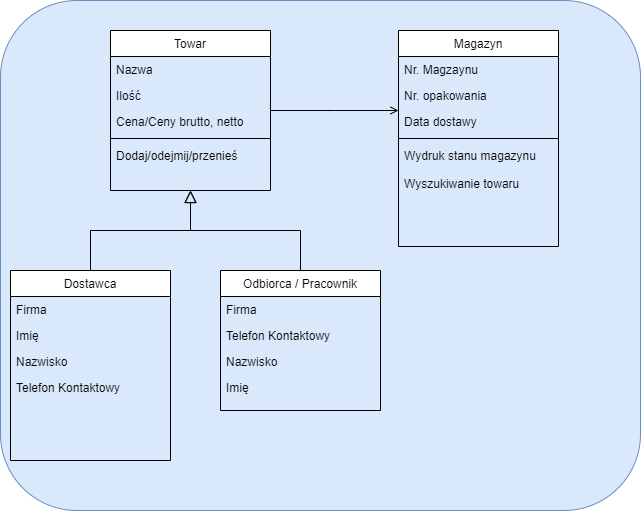
This is Doc/diag.png from Buczixo/MagazineManagmentProject, a draw.io export, as it was before one commit. Source tidied: cells renumbered, new cells last; positions are measured from the earlier drawing's top-left corner, leaving out a move shared by most shapes.
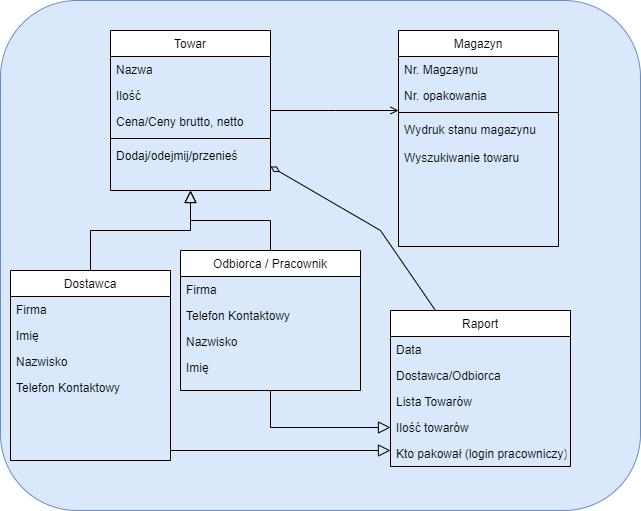
Above is the later version.

Change to the diagram source:
```diff
@@ -42,19 +42,19 @@
       <mxGeometry relative="1" as="geometry" />
     </mxCell>
     <mxCell id="15" value="Odbiorca / Pracownik" style="swimlane;fontStyle=0;align=center;verticalAlign=top;horizontal=1;startSize=26;rounded=0;shadow=0;strokeWidth=1;" parent="1" vertex="1">
-      <mxGeometry x="220" y="270" width="160" height="140" as="geometry" />
+      <mxGeometry x="180" y="250" width="180" height="140" as="geometry" />
     </mxCell>
     <mxCell id="16" value="Firma" style="text;align=left;verticalAlign=top;spacingLeft=4;spacingRight=4;overflow=hidden;" parent="15" vertex="1">
-      <mxGeometry y="26" width="160" height="26" as="geometry" />
+      <mxGeometry y="26" width="180" height="26" as="geometry" />
     </mxCell>
     <mxCell id="17" value="Telefon Kontaktowy" style="text;align=left;verticalAlign=top;spacingLeft=4;spacingRight=4;overflow=hidden;rounded=0;shadow=0;html=0;" parent="15" vertex="1">
-      <mxGeometry y="52" width="160" height="26" as="geometry" />
+      <mxGeometry y="52" width="180" height="26" as="geometry" />
     </mxCell>
     <mxCell id="18" value="Nazwisko" style="text;align=left;verticalAlign=top;spacingLeft=4;spacingRight=4;overflow=hidden;rounded=0;shadow=0;html=0;" parent="15" vertex="1">
-      <mxGeometry y="78" width="160" height="26" as="geometry" />
+      <mxGeometry y="78" width="180" height="26" as="geometry" />
     </mxCell>
     <mxCell id="19" value="Imię" style="text;align=left;verticalAlign=top;spacingLeft=4;spacingRight=4;overflow=hidden;rounded=0;shadow=0;html=0;" parent="15" vertex="1">
-      <mxGeometry y="104" width="160" height="26" as="geometry" />
+      <mxGeometry y="104" width="180" height="26" as="geometry" />
     </mxCell>
     <mxCell id="20" style="endArrow=block;endSize=10;endFill=0;shadow=0;strokeWidth=1;rounded=0;edgeStyle=elbowEdgeStyle;elbow=vertical;" parent="1" edge="1" source="15" target="3">
       <mxGeometry relative="1" as="geometry" />
@@ -68,22 +68,60 @@
     <mxCell id="23" value="Nr. opakowania" style="text;align=left;verticalAlign=top;spacingLeft=4;spacingRight=4;overflow=hidden;rounded=0;shadow=0;html=0;" parent="21" vertex="1">
       <mxGeometry y="52" width="160" height="26" as="geometry" />
     </mxCell>
-    <mxCell id="24" value="Data dostawy" style="text;align=left;verticalAlign=top;spacingLeft=4;spacingRight=4;overflow=hidden;rounded=0;shadow=0;html=0;" parent="21" vertex="1">
-      <mxGeometry y="78" width="160" height="26" as="geometry" />
-    </mxCell>
     <mxCell id="25" style="line;html=1;strokeWidth=1;align=left;verticalAlign=middle;spacingTop=-1;spacingLeft=3;spacingRight=3;labelPosition=right;" parent="21" vertex="1">
-      <mxGeometry y="104" width="160" height="8" as="geometry" />
+      <mxGeometry y="78" width="160" height="8" as="geometry" />
     </mxCell>
     <mxCell id="26" value="Wydruk stanu magazynu" style="text;align=left;verticalAlign=top;spacingLeft=4;spacingRight=4;overflow=hidden;" parent="21" vertex="1">
-      <mxGeometry y="112" width="160" height="28" as="geometry" />
+      <mxGeometry y="86" width="160" height="28" as="geometry" />
     </mxCell>
     <mxCell id="27" value="Wyszukiwanie towaru" style="text;align=left;verticalAlign=top;spacingLeft=4;spacingRight=4;overflow=hidden;" parent="21" vertex="1">
-      <mxGeometry y="140" width="160" height="26" as="geometry" />
+      <mxGeometry y="114" width="160" height="26" as="geometry" />
     </mxCell>
     <mxCell id="28" style="endArrow=open;shadow=0;strokeWidth=1;rounded=0;endFill=1;edgeStyle=elbowEdgeStyle;elbow=vertical;fontSize=9;" parent="1" edge="1" source="3" target="21">
       <mxGeometry x="0.5" y="41" relative="1" as="geometry">
         <mxPoint x="-40" y="32" as="offset" />
       </mxGeometry>
     </mxCell>
+    <mxCell id="29" value="Raport" style="swimlane;fontStyle=0;align=center;verticalAlign=top;horizontal=1;startSize=26;rounded=0;shadow=0;strokeWidth=1;" parent="1" vertex="1">
+      <mxGeometry x="390" y="310" width="180" height="156" as="geometry" />
+    </mxCell>
+    <mxCell id="30" value="Data" style="text;align=left;verticalAlign=top;spacingLeft=4;spacingRight=4;overflow=hidden;" parent="29" vertex="1">
+      <mxGeometry y="26" width="180" height="26" as="geometry" />
+    </mxCell>
+    <mxCell id="31" value="Dostawca/Odbiorca" style="text;align=left;verticalAlign=top;spacingLeft=4;spacingRight=4;overflow=hidden;rounded=0;shadow=0;html=0;" parent="29" vertex="1">
+      <mxGeometry y="52" width="180" height="26" as="geometry" />
+    </mxCell>
+    <mxCell id="32" value="Lista Towarów" style="text;align=left;verticalAlign=top;spacingLeft=4;spacingRight=4;overflow=hidden;rounded=0;shadow=0;html=0;" parent="29" vertex="1">
+      <mxGeometry y="78" width="180" height="26" as="geometry" />
+    </mxCell>
+    <mxCell id="33" value="Ilość towarów" style="text;align=left;verticalAlign=top;spacingLeft=4;spacingRight=4;overflow=hidden;points=[[0,0.5],[1,0.5]];portConstraint=eastwest;rounded=0;shadow=0;html=0;" parent="29" vertex="1">
+      <mxGeometry y="104" width="180" height="26" as="geometry" />
+    </mxCell>
+    <mxCell id="34" value="Kto pakował (login pracowniczy)" style="text;align=left;verticalAlign=top;spacingLeft=4;spacingRight=4;overflow=hidden;rounded=0;shadow=0;html=0;" parent="29" vertex="1">
+      <mxGeometry y="130" width="180" height="26" as="geometry" />
+    </mxCell>
+    <mxCell id="35" style="endArrow=none;startArrow=diamondThin;endFill=0;startFill=0;html=1;verticalAlign=bottom;labelBackgroundColor=none;strokeWidth=1;startSize=8;endSize=8;rounded=0;fontSize=9;exitX=1;exitY=0.5;exitDx=0;exitDy=0;entryX=0.25;entryY=0;entryDx=0;entryDy=0;" parent="1" edge="1" source="8" target="29">
+      <mxGeometry relative="1" as="geometry">
+        <Array as="points">
+          <mxPoint x="380" y="230" />
+        </Array>
+      </mxGeometry>
+    </mxCell>
+    <mxCell id="36" style="endArrow=block;endSize=10;endFill=0;shadow=0;strokeWidth=1;rounded=0;edgeStyle=elbowEdgeStyle;elbow=vertical;entryX=0;entryY=0.5;entryDx=0;entryDy=0;exitX=0.5;exitY=1;exitDx=0;exitDy=0;" parent="1" edge="1" source="15" target="33">
+      <mxGeometry relative="1" as="geometry">
+        <Array as="points">
+          <mxPoint x="340" y="427" />
+        </Array>
+      </mxGeometry>
+    </mxCell>
+    <mxCell id="37" style="endArrow=block;endSize=10;endFill=0;shadow=0;strokeWidth=1;rounded=0;edgeStyle=elbowEdgeStyle;elbow=vertical;exitX=1;exitY=0.75;exitDx=0;exitDy=0;" parent="1" edge="1" source="9">
+      <mxGeometry relative="1" as="geometry">
+        <mxPoint x="390" y="450" as="targetPoint" />
+        <Array as="points">
+          <mxPoint x="250" y="450" />
+          <mxPoint x="250" y="430" />
+        </Array>
+      </mxGeometry>
+    </mxCell>
   </root>
 </mxGraphModel>
```
